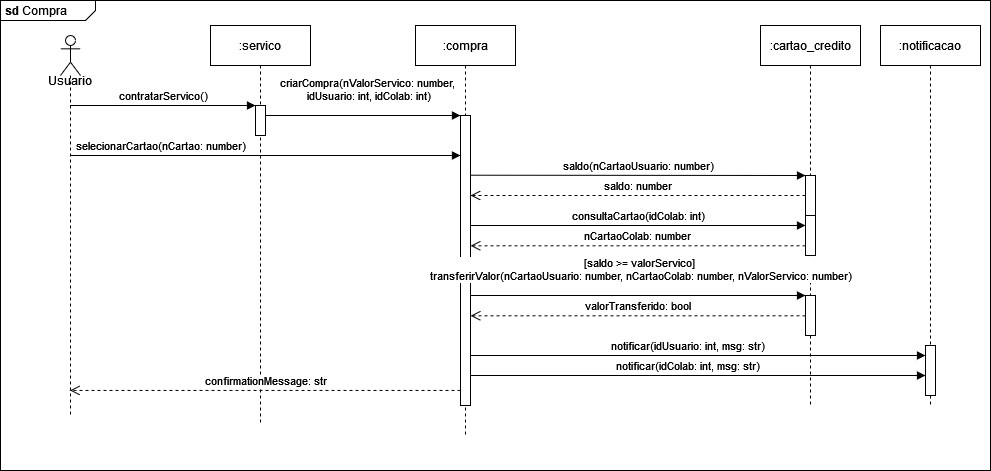
lfarodrigues/pet-hub-rs keeps this draw.io diagram as diagrama_sequencia_compra.png. Above is the earlier version. Source tidied: cells renumbered, new cells last; positions are measured from the earlier drawing's top-left corner, leaving out a move shared by most shapes. The source it was exported from:
```xml
<mxGraphModel>
  <root>
    <mxCell id="0" />
    <mxCell id="1" parent="0" />
    <mxCell id="2" value="&lt;p style=&quot;margin:0px;margin-top:4px;margin-left:5px;text-align:left;&quot;&gt;&lt;b&gt;sd&lt;/b&gt; Compra&lt;br&gt;&lt;/p&gt;" style="html=1;shape=mxgraph.sysml.package;overflow=fill;labelX=95;align=left;spacingLeft=5;verticalAlign=top;spacingTop=-3;" parent="1" vertex="1">
      <mxGeometry width="990" height="470" as="geometry" />
    </mxCell>
    <mxCell id="3" value=":servico" style="shape=umlLifeline;perimeter=lifelinePerimeter;whiteSpace=wrap;html=1;newEdgeStyle={&quot;edgeStyle&quot;:&quot;elbowEdgeStyle&quot;,&quot;elbow&quot;:&quot;vertical&quot;,&quot;curved&quot;:0,&quot;rounded&quot;:0};" parent="1" vertex="1">
      <mxGeometry x="210" y="25" width="100" height="400" as="geometry" />
    </mxCell>
    <mxCell id="4" style="html=1;points=[];perimeter=orthogonalPerimeter;outlineConnect=0;targetShapes=umlLifeline;portConstraint=eastwest;newEdgeStyle={&quot;edgeStyle&quot;:&quot;elbowEdgeStyle&quot;,&quot;elbow&quot;:&quot;vertical&quot;,&quot;curved&quot;:0,&quot;rounded&quot;:0};" parent="3" vertex="1">
      <mxGeometry x="45" y="80" width="10" height="30" as="geometry" />
    </mxCell>
    <mxCell id="5" value="&lt;div&gt;contratarServico()&lt;/div&gt;" style="html=1;verticalAlign=bottom;endArrow=block;edgeStyle=elbowEdgeStyle;elbow=vertical;curved=0;rounded=0;" parent="1" edge="1" source="25" target="4">
      <mxGeometry relative="1" as="geometry">
        <Array as="points">
          <mxPoint x="170" y="105" />
        </Array>
      </mxGeometry>
    </mxCell>
    <mxCell id="6" value="&lt;div&gt;:compra&lt;/div&gt;" style="shape=umlLifeline;perimeter=lifelinePerimeter;whiteSpace=wrap;html=1;newEdgeStyle={&quot;edgeStyle&quot;:&quot;elbowEdgeStyle&quot;,&quot;elbow&quot;:&quot;vertical&quot;,&quot;curved&quot;:0,&quot;rounded&quot;:0};" parent="1" vertex="1">
      <mxGeometry x="415" y="25" width="100" height="410" as="geometry" />
    </mxCell>
    <mxCell id="7" style="html=1;points=[];perimeter=orthogonalPerimeter;outlineConnect=0;targetShapes=umlLifeline;portConstraint=eastwest;newEdgeStyle={&quot;edgeStyle&quot;:&quot;elbowEdgeStyle&quot;,&quot;elbow&quot;:&quot;vertical&quot;,&quot;curved&quot;:0,&quot;rounded&quot;:0};" parent="6" vertex="1">
      <mxGeometry x="45" y="90" width="10" height="290" as="geometry" />
    </mxCell>
    <mxCell id="8" value="&lt;div&gt;criarCompra(nValorServico: number,&amp;nbsp;&lt;/div&gt;&lt;div&gt;idUsuario: int, idColab: int)&lt;/div&gt;" style="html=1;verticalAlign=bottom;endArrow=block;edgeStyle=elbowEdgeStyle;elbow=vertical;curved=0;rounded=0;" parent="1" edge="1" source="4" target="7">
      <mxGeometry x="0.06" y="10" relative="1" as="geometry">
        <Array as="points">
          <mxPoint x="355" y="115" />
        </Array>
      </mxGeometry>
    </mxCell>
    <mxCell id="9" value="&lt;div&gt;:cartao_credito&lt;/div&gt;" style="shape=umlLifeline;perimeter=lifelinePerimeter;whiteSpace=wrap;html=1;newEdgeStyle={&quot;edgeStyle&quot;:&quot;elbowEdgeStyle&quot;,&quot;elbow&quot;:&quot;vertical&quot;,&quot;curved&quot;:0,&quot;rounded&quot;:0};" parent="1" vertex="1">
      <mxGeometry x="760" y="25" width="100" height="380" as="geometry" />
    </mxCell>
    <mxCell id="10" style="html=1;points=[];perimeter=orthogonalPerimeter;outlineConnect=0;targetShapes=umlLifeline;portConstraint=eastwest;newEdgeStyle={&quot;edgeStyle&quot;:&quot;elbowEdgeStyle&quot;,&quot;elbow&quot;:&quot;vertical&quot;,&quot;curved&quot;:0,&quot;rounded&quot;:0};" parent="9" vertex="1">
      <mxGeometry x="45" y="150" width="10" height="40" as="geometry" />
    </mxCell>
    <mxCell id="11" style="html=1;points=[];perimeter=orthogonalPerimeter;outlineConnect=0;targetShapes=umlLifeline;portConstraint=eastwest;newEdgeStyle={&quot;edgeStyle&quot;:&quot;elbowEdgeStyle&quot;,&quot;elbow&quot;:&quot;vertical&quot;,&quot;curved&quot;:0,&quot;rounded&quot;:0};" parent="9" vertex="1">
      <mxGeometry x="45" y="270" width="10" height="40" as="geometry" />
    </mxCell>
    <mxCell id="12" value="saldo(nCartaoUsuario: number)" style="html=1;verticalAlign=bottom;endArrow=block;edgeStyle=elbowEdgeStyle;elbow=vertical;curved=0;rounded=0;" parent="1" edge="1" target="10">
      <mxGeometry relative="1" as="geometry">
        <mxPoint x="470" y="174.7" as="sourcePoint" />
        <Array as="points">
          <mxPoint x="810" y="175" />
        </Array>
      </mxGeometry>
    </mxCell>
    <mxCell id="13" value="saldo: number" style="html=1;verticalAlign=bottom;endArrow=open;dashed=1;endSize=8;curved=0;rounded=0;" parent="1" edge="1" source="10">
      <mxGeometry relative="1" as="geometry">
        <mxPoint x="470" y="195" as="targetPoint" />
      </mxGeometry>
    </mxCell>
    <mxCell id="14" value="&lt;div&gt;[saldo &amp;gt;= valorServico]&amp;nbsp;&lt;/div&gt;&lt;div&gt;transferirValor(nCartaoUsuario: number, nCartaoColab: number, nValorServico: number)&lt;/div&gt;" style="html=1;verticalAlign=bottom;endArrow=block;edgeStyle=elbowEdgeStyle;elbow=vertical;curved=0;rounded=0;" parent="1" edge="1">
      <mxGeometry x="0.07" y="10" relative="1" as="geometry">
        <mxPoint x="470" y="275" as="sourcePoint" />
        <mxPoint x="805" y="295" as="targetPoint" />
        <Array as="points">
          <mxPoint x="690" y="295" />
          <mxPoint x="560" y="275" />
        </Array>
      </mxGeometry>
    </mxCell>
    <mxCell id="15" value="consultaCartao(idColab: int)" style="html=1;verticalAlign=bottom;endArrow=block;edgeStyle=elbowEdgeStyle;elbow=vertical;curved=0;rounded=0;" parent="1" edge="1" target="23">
      <mxGeometry relative="1" as="geometry">
        <mxPoint x="470" y="225" as="sourcePoint" />
        <Array as="points">
          <mxPoint x="540" y="225" />
        </Array>
      </mxGeometry>
    </mxCell>
    <mxCell id="16" value="nCartaoColab: number" style="html=1;verticalAlign=bottom;endArrow=open;dashed=1;endSize=8;curved=0;rounded=0;" parent="1" edge="1" source="23">
      <mxGeometry relative="1" as="geometry">
        <mxPoint x="470" y="245.3" as="targetPoint" />
      </mxGeometry>
    </mxCell>
    <mxCell id="17" value="valorTransferido: bool" style="html=1;verticalAlign=bottom;endArrow=open;dashed=1;endSize=8;curved=0;rounded=0;" parent="1" edge="1" source="11">
      <mxGeometry relative="1" as="geometry">
        <mxPoint x="470" y="315.3" as="targetPoint" />
      </mxGeometry>
    </mxCell>
    <mxCell id="18" value=":notificacao" style="shape=umlLifeline;perimeter=lifelinePerimeter;whiteSpace=wrap;html=1;newEdgeStyle={&quot;edgeStyle&quot;:&quot;elbowEdgeStyle&quot;,&quot;elbow&quot;:&quot;vertical&quot;,&quot;curved&quot;:0,&quot;rounded&quot;:0};" parent="1" vertex="1">
      <mxGeometry x="880" y="25" width="100" height="380" as="geometry" />
    </mxCell>
    <mxCell id="19" style="html=1;points=[];perimeter=orthogonalPerimeter;outlineConnect=0;targetShapes=umlLifeline;portConstraint=eastwest;newEdgeStyle={&quot;edgeStyle&quot;:&quot;elbowEdgeStyle&quot;,&quot;elbow&quot;:&quot;vertical&quot;,&quot;curved&quot;:0,&quot;rounded&quot;:0};" parent="18" vertex="1">
      <mxGeometry x="45" y="320" width="10" height="50" as="geometry" />
    </mxCell>
    <mxCell id="20" value="&lt;div&gt;notificar(idUsuario: int, msg: str)&lt;br&gt;&lt;/div&gt;" style="html=1;verticalAlign=bottom;endArrow=block;edgeStyle=elbowEdgeStyle;elbow=vertical;curved=0;rounded=0;" parent="1" edge="1" target="19">
      <mxGeometry relative="1" as="geometry">
        <mxPoint x="470" y="335" as="sourcePoint" />
        <Array as="points">
          <mxPoint x="690" y="355" />
          <mxPoint x="560" y="335" />
        </Array>
      </mxGeometry>
    </mxCell>
    <mxCell id="21" value="&lt;div&gt;notificar(idColab: int, msg: str)&lt;br&gt;&lt;/div&gt;" style="html=1;verticalAlign=bottom;endArrow=block;edgeStyle=elbowEdgeStyle;elbow=vertical;curved=0;rounded=0;" parent="1" edge="1" target="19">
      <mxGeometry relative="1" as="geometry">
        <mxPoint x="470" y="355" as="sourcePoint" />
        <Array as="points">
          <mxPoint x="690" y="375" />
          <mxPoint x="560" y="355" />
        </Array>
      </mxGeometry>
    </mxCell>
    <mxCell id="22" style="html=1;verticalAlign=bottom;endArrow=open;dashed=1;endSize=8;curved=0;rounded=0;" parent="1" edge="1" target="23">
      <mxGeometry relative="1" as="geometry">
        <mxPoint x="810" y="245" as="sourcePoint" />
      </mxGeometry>
    </mxCell>
    <mxCell id="23" style="html=1;points=[];perimeter=orthogonalPerimeter;outlineConnect=0;targetShapes=umlLifeline;portConstraint=eastwest;newEdgeStyle={&quot;edgeStyle&quot;:&quot;elbowEdgeStyle&quot;,&quot;elbow&quot;:&quot;vertical&quot;,&quot;curved&quot;:0,&quot;rounded&quot;:0};" parent="1" vertex="1">
      <mxGeometry x="805" y="215" width="10" height="40" as="geometry" />
    </mxCell>
    <mxCell id="24" value="confirmationMessage: str" style="html=1;verticalAlign=bottom;endArrow=open;dashed=1;endSize=8;curved=0;rounded=0;exitX=0;exitY=0.948;exitDx=0;exitDy=0;exitPerimeter=0;" parent="1" edge="1" source="7" target="25">
      <mxGeometry relative="1" as="geometry" />
    </mxCell>
    <mxCell id="25" style="shape=umlLifeline;perimeter=lifelinePerimeter;whiteSpace=wrap;html=1;outlineConnect=0;portConstraint=eastwest;newEdgeStyle={&quot;curved&quot;:0,&quot;rounded&quot;:0};participant=umlActor;size=40;" parent="1" vertex="1">
      <mxGeometry x="60" y="35" width="20" height="380" as="geometry" />
    </mxCell>
    <mxCell id="26" value="selecionarCartao(nCartao: number)" style="html=1;verticalAlign=bottom;endArrow=block;edgeStyle=elbowEdgeStyle;elbow=vertical;curved=0;rounded=0;" parent="1" edge="1" target="7">
      <mxGeometry x="-0.54" relative="1" as="geometry">
        <mxPoint x="70" y="155" as="sourcePoint" />
        <Array as="points">
          <mxPoint x="170" y="155" />
        </Array>
      </mxGeometry>
    </mxCell>
    <mxCell id="27" value="Usuario" style="text;strokeColor=none;align=center;fillColor=none;html=1;verticalAlign=middle;whiteSpace=wrap;rounded=0;" parent="1" vertex="1">
      <mxGeometry x="40" y="65" width="60" height="30" as="geometry" />
    </mxCell>
  </root>
</mxGraphModel>
```
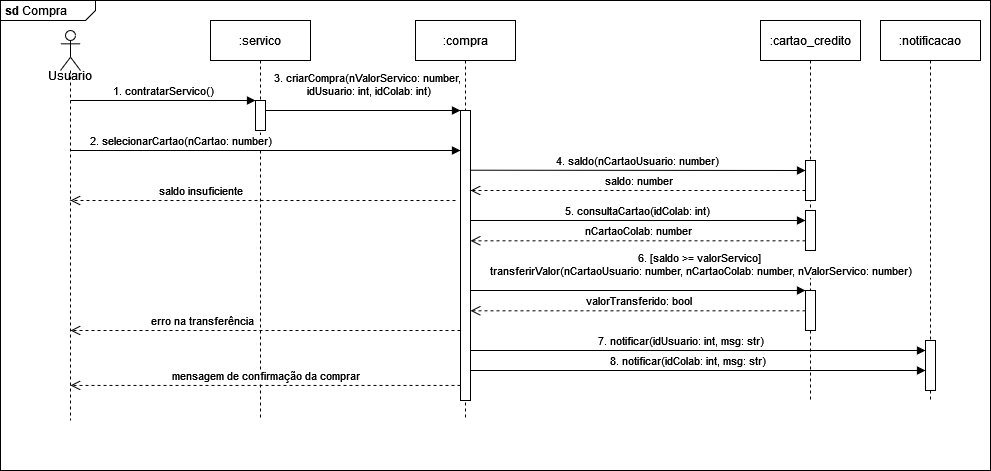
Later version of the same file.

The edit, as a diff of the source:
```diff
@@ -3,7 +3,7 @@
     <mxCell id="0" />
     <mxCell id="1" parent="0" />
     <mxCell id="2" value="&lt;p style=&quot;margin:0px;margin-top:4px;margin-left:5px;text-align:left;&quot;&gt;&lt;b&gt;sd&lt;/b&gt; Compra&lt;br&gt;&lt;/p&gt;" style="html=1;shape=mxgraph.sysml.package;overflow=fill;labelX=95;align=left;spacingLeft=5;verticalAlign=top;spacingTop=-3;" parent="1" vertex="1">
-      <mxGeometry width="990" height="470" as="geometry" />
+      <mxGeometry y="5" width="990" height="470" as="geometry" />
     </mxCell>
     <mxCell id="3" value=":servico" style="shape=umlLifeline;perimeter=lifelinePerimeter;whiteSpace=wrap;html=1;newEdgeStyle={&quot;edgeStyle&quot;:&quot;elbowEdgeStyle&quot;,&quot;elbow&quot;:&quot;vertical&quot;,&quot;curved&quot;:0,&quot;rounded&quot;:0};" parent="1" vertex="1">
       <mxGeometry x="210" y="25" width="100" height="400" as="geometry" />
@@ -11,7 +11,7 @@
     <mxCell id="4" style="html=1;points=[];perimeter=orthogonalPerimeter;outlineConnect=0;targetShapes=umlLifeline;portConstraint=eastwest;newEdgeStyle={&quot;edgeStyle&quot;:&quot;elbowEdgeStyle&quot;,&quot;elbow&quot;:&quot;vertical&quot;,&quot;curved&quot;:0,&quot;rounded&quot;:0};" parent="3" vertex="1">
       <mxGeometry x="45" y="80" width="10" height="30" as="geometry" />
     </mxCell>
-    <mxCell id="5" value="&lt;div&gt;contratarServico()&lt;/div&gt;" style="html=1;verticalAlign=bottom;endArrow=block;edgeStyle=elbowEdgeStyle;elbow=vertical;curved=0;rounded=0;" parent="1" edge="1" source="25" target="4">
+    <mxCell id="5" value="&lt;div&gt;1. contratarServico()&lt;/div&gt;" style="html=1;verticalAlign=bottom;endArrow=block;edgeStyle=elbowEdgeStyle;elbow=vertical;curved=0;rounded=0;" parent="1" edge="1" source="25" target="4">
       <mxGeometry relative="1" as="geometry">
         <Array as="points">
           <mxPoint x="170" y="105" />
@@ -19,12 +19,12 @@
       </mxGeometry>
     </mxCell>
     <mxCell id="6" value="&lt;div&gt;:compra&lt;/div&gt;" style="shape=umlLifeline;perimeter=lifelinePerimeter;whiteSpace=wrap;html=1;newEdgeStyle={&quot;edgeStyle&quot;:&quot;elbowEdgeStyle&quot;,&quot;elbow&quot;:&quot;vertical&quot;,&quot;curved&quot;:0,&quot;rounded&quot;:0};" parent="1" vertex="1">
-      <mxGeometry x="415" y="25" width="100" height="410" as="geometry" />
+      <mxGeometry x="415" y="25" width="100" height="400" as="geometry" />
     </mxCell>
     <mxCell id="7" style="html=1;points=[];perimeter=orthogonalPerimeter;outlineConnect=0;targetShapes=umlLifeline;portConstraint=eastwest;newEdgeStyle={&quot;edgeStyle&quot;:&quot;elbowEdgeStyle&quot;,&quot;elbow&quot;:&quot;vertical&quot;,&quot;curved&quot;:0,&quot;rounded&quot;:0};" parent="6" vertex="1">
       <mxGeometry x="45" y="90" width="10" height="290" as="geometry" />
     </mxCell>
-    <mxCell id="8" value="&lt;div&gt;criarCompra(nValorServico: number,&amp;nbsp;&lt;/div&gt;&lt;div&gt;idUsuario: int, idColab: int)&lt;/div&gt;" style="html=1;verticalAlign=bottom;endArrow=block;edgeStyle=elbowEdgeStyle;elbow=vertical;curved=0;rounded=0;" parent="1" edge="1" source="4" target="7">
+    <mxCell id="8" value="&lt;div&gt;3. criarCompra(nValorServico: number,&amp;nbsp;&lt;/div&gt;&lt;div&gt;idUsuario: int, idColab: int)&lt;/div&gt;" style="html=1;verticalAlign=bottom;endArrow=block;edgeStyle=elbowEdgeStyle;elbow=vertical;curved=0;rounded=0;" parent="1" edge="1" source="4" target="7">
       <mxGeometry x="0.06" y="10" relative="1" as="geometry">
         <Array as="points">
           <mxPoint x="355" y="115" />
@@ -35,12 +35,12 @@
       <mxGeometry x="760" y="25" width="100" height="380" as="geometry" />
     </mxCell>
     <mxCell id="10" style="html=1;points=[];perimeter=orthogonalPerimeter;outlineConnect=0;targetShapes=umlLifeline;portConstraint=eastwest;newEdgeStyle={&quot;edgeStyle&quot;:&quot;elbowEdgeStyle&quot;,&quot;elbow&quot;:&quot;vertical&quot;,&quot;curved&quot;:0,&quot;rounded&quot;:0};" parent="9" vertex="1">
-      <mxGeometry x="45" y="150" width="10" height="40" as="geometry" />
+      <mxGeometry x="45" y="140" width="10" height="40" as="geometry" />
     </mxCell>
     <mxCell id="11" style="html=1;points=[];perimeter=orthogonalPerimeter;outlineConnect=0;targetShapes=umlLifeline;portConstraint=eastwest;newEdgeStyle={&quot;edgeStyle&quot;:&quot;elbowEdgeStyle&quot;,&quot;elbow&quot;:&quot;vertical&quot;,&quot;curved&quot;:0,&quot;rounded&quot;:0};" parent="9" vertex="1">
       <mxGeometry x="45" y="270" width="10" height="40" as="geometry" />
     </mxCell>
-    <mxCell id="12" value="saldo(nCartaoUsuario: number)" style="html=1;verticalAlign=bottom;endArrow=block;edgeStyle=elbowEdgeStyle;elbow=vertical;curved=0;rounded=0;" parent="1" edge="1" target="10">
+    <mxCell id="12" value="4. saldo(nCartaoUsuario: number)" style="html=1;verticalAlign=bottom;endArrow=block;edgeStyle=elbowEdgeStyle;elbow=vertical;curved=0;rounded=0;" parent="1" edge="1" target="10">
       <mxGeometry relative="1" as="geometry">
         <mxPoint x="470" y="174.7" as="sourcePoint" />
         <Array as="points">
@@ -53,8 +53,8 @@
         <mxPoint x="470" y="195" as="targetPoint" />
       </mxGeometry>
     </mxCell>
-    <mxCell id="14" value="&lt;div&gt;[saldo &amp;gt;= valorServico]&amp;nbsp;&lt;/div&gt;&lt;div&gt;transferirValor(nCartaoUsuario: number, nCartaoColab: number, nValorServico: number)&lt;/div&gt;" style="html=1;verticalAlign=bottom;endArrow=block;edgeStyle=elbowEdgeStyle;elbow=vertical;curved=0;rounded=0;" parent="1" edge="1">
-      <mxGeometry x="0.07" y="10" relative="1" as="geometry">
+    <mxCell id="14" value="&lt;div&gt;6. [saldo &amp;gt;= valorServico]&amp;nbsp;&lt;/div&gt;&lt;div&gt;transferirValor(nCartaoUsuario: number, nCartaoColab: number, nValorServico: number)&lt;/div&gt;" style="html=1;verticalAlign=bottom;endArrow=block;edgeStyle=elbowEdgeStyle;elbow=vertical;curved=0;rounded=0;" parent="1" edge="1">
+      <mxGeometry x="0.41" y="10" relative="1" as="geometry">
         <mxPoint x="470" y="275" as="sourcePoint" />
         <mxPoint x="805" y="295" as="targetPoint" />
         <Array as="points">
@@ -63,7 +63,7 @@
         </Array>
       </mxGeometry>
     </mxCell>
-    <mxCell id="15" value="consultaCartao(idColab: int)" style="html=1;verticalAlign=bottom;endArrow=block;edgeStyle=elbowEdgeStyle;elbow=vertical;curved=0;rounded=0;" parent="1" edge="1" target="23">
+    <mxCell id="15" value="5. consultaCartao(idColab: int)" style="html=1;verticalAlign=bottom;endArrow=block;edgeStyle=elbowEdgeStyle;elbow=vertical;curved=0;rounded=0;" parent="1" edge="1" target="23">
       <mxGeometry relative="1" as="geometry">
         <mxPoint x="470" y="225" as="sourcePoint" />
         <Array as="points">
@@ -87,8 +87,8 @@
     <mxCell id="19" style="html=1;points=[];perimeter=orthogonalPerimeter;outlineConnect=0;targetShapes=umlLifeline;portConstraint=eastwest;newEdgeStyle={&quot;edgeStyle&quot;:&quot;elbowEdgeStyle&quot;,&quot;elbow&quot;:&quot;vertical&quot;,&quot;curved&quot;:0,&quot;rounded&quot;:0};" parent="18" vertex="1">
       <mxGeometry x="45" y="320" width="10" height="50" as="geometry" />
     </mxCell>
-    <mxCell id="20" value="&lt;div&gt;notificar(idUsuario: int, msg: str)&lt;br&gt;&lt;/div&gt;" style="html=1;verticalAlign=bottom;endArrow=block;edgeStyle=elbowEdgeStyle;elbow=vertical;curved=0;rounded=0;" parent="1" edge="1" target="19">
-      <mxGeometry relative="1" as="geometry">
+    <mxCell id="20" value="7. notificar(idUsuario: int, msg: str)" style="html=1;verticalAlign=bottom;endArrow=block;edgeStyle=elbowEdgeStyle;elbow=vertical;curved=0;rounded=0;" parent="1" edge="1" target="19">
+      <mxGeometry x="-0.03" relative="1" as="geometry">
         <mxPoint x="470" y="335" as="sourcePoint" />
         <Array as="points">
           <mxPoint x="690" y="355" />
@@ -96,7 +96,7 @@
         </Array>
       </mxGeometry>
     </mxCell>
-    <mxCell id="21" value="&lt;div&gt;notificar(idColab: int, msg: str)&lt;br&gt;&lt;/div&gt;" style="html=1;verticalAlign=bottom;endArrow=block;edgeStyle=elbowEdgeStyle;elbow=vertical;curved=0;rounded=0;" parent="1" edge="1" target="19">
+    <mxCell id="21" value="8. notificar(idColab: int, msg: str)" style="html=1;verticalAlign=bottom;endArrow=block;edgeStyle=elbowEdgeStyle;elbow=vertical;curved=0;rounded=0;" parent="1" edge="1" target="19">
       <mxGeometry relative="1" as="geometry">
         <mxPoint x="470" y="355" as="sourcePoint" />
         <Array as="points">
@@ -113,14 +113,14 @@
     <mxCell id="23" style="html=1;points=[];perimeter=orthogonalPerimeter;outlineConnect=0;targetShapes=umlLifeline;portConstraint=eastwest;newEdgeStyle={&quot;edgeStyle&quot;:&quot;elbowEdgeStyle&quot;,&quot;elbow&quot;:&quot;vertical&quot;,&quot;curved&quot;:0,&quot;rounded&quot;:0};" parent="1" vertex="1">
       <mxGeometry x="805" y="215" width="10" height="40" as="geometry" />
     </mxCell>
-    <mxCell id="24" value="confirmationMessage: str" style="html=1;verticalAlign=bottom;endArrow=open;dashed=1;endSize=8;curved=0;rounded=0;exitX=0;exitY=0.948;exitDx=0;exitDy=0;exitPerimeter=0;" parent="1" edge="1" source="7" target="25">
+    <mxCell id="24" value="mensagem de confirmação da comprar" style="html=1;verticalAlign=bottom;endArrow=open;dashed=1;endSize=8;curved=0;rounded=0;exitX=0;exitY=0.948;exitDx=0;exitDy=0;exitPerimeter=0;" parent="1" edge="1" source="7" target="25">
       <mxGeometry relative="1" as="geometry" />
     </mxCell>
     <mxCell id="25" style="shape=umlLifeline;perimeter=lifelinePerimeter;whiteSpace=wrap;html=1;outlineConnect=0;portConstraint=eastwest;newEdgeStyle={&quot;curved&quot;:0,&quot;rounded&quot;:0};participant=umlActor;size=40;" parent="1" vertex="1">
-      <mxGeometry x="60" y="35" width="20" height="380" as="geometry" />
+      <mxGeometry x="60" y="35" width="20" height="390" as="geometry" />
     </mxCell>
-    <mxCell id="26" value="selecionarCartao(nCartao: number)" style="html=1;verticalAlign=bottom;endArrow=block;edgeStyle=elbowEdgeStyle;elbow=vertical;curved=0;rounded=0;" parent="1" edge="1" target="7">
-      <mxGeometry x="-0.54" relative="1" as="geometry">
+    <mxCell id="26" value="2. selecionarCartao(nCartao: number)" style="html=1;verticalAlign=bottom;endArrow=block;edgeStyle=elbowEdgeStyle;elbow=vertical;curved=0;rounded=0;" parent="1" edge="1" target="7">
+      <mxGeometry x="-0.44" relative="1" as="geometry">
         <mxPoint x="70" y="155" as="sourcePoint" />
         <Array as="points">
           <mxPoint x="170" y="155" />
@@ -130,5 +130,15 @@
     <mxCell id="27" value="Usuario" style="text;strokeColor=none;align=center;fillColor=none;html=1;verticalAlign=middle;whiteSpace=wrap;rounded=0;" parent="1" vertex="1">
       <mxGeometry x="40" y="65" width="60" height="30" as="geometry" />
     </mxCell>
+    <mxCell id="28" value="saldo insuficiente" style="html=1;verticalAlign=bottom;endArrow=open;dashed=1;endSize=8;curved=0;rounded=0;" parent="1" edge="1" target="25">
+      <mxGeometry x="0.32" relative="1" as="geometry">
+        <mxPoint x="455" y="205" as="sourcePoint" />
+      </mxGeometry>
+    </mxCell>
+    <mxCell id="29" value="erro na transferência" style="html=1;verticalAlign=bottom;endArrow=open;dashed=1;endSize=8;curved=0;rounded=0;" parent="1" edge="1" source="7">
+      <mxGeometry x="0.32" relative="1" as="geometry">
+        <mxPoint x="70" y="335" as="targetPoint" />
+      </mxGeometry>
+    </mxCell>
   </root>
 </mxGraphModel>
```
